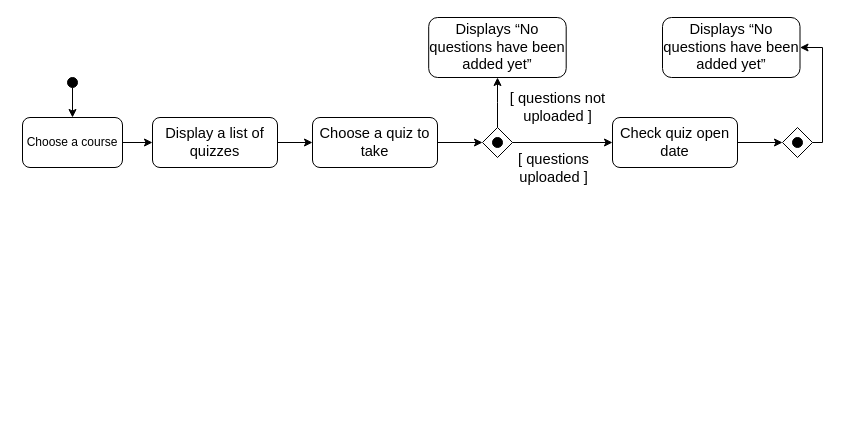
HuyVuong08/Software-Engineering keeps this draw.io diagram as Activity Diagram.drawio. Above is the earlier version. Source tidied: cells renumbered, new cells numbered last; positions are measured from the earlier drawing's top-left corner, leaving out a move shared by most shapes. Both pictures are drawn from the tidied source at 100%, with x=0, y=0 at pixel (22, 17).
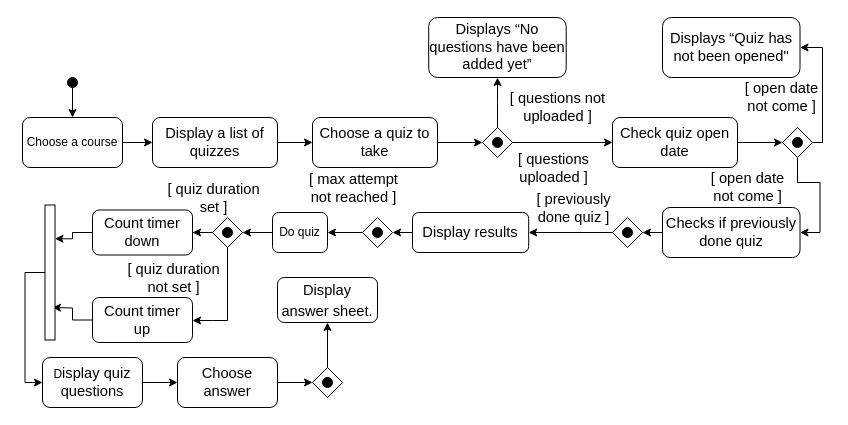
The same page after the edit.

The change refers to these unchanged cells:
```xml
<mxCell id="16" style="edgeStyle=orthogonalEdgeStyle;rounded=0;jettySize=auto;html=1;" parent="1" edge="1" source="12" target="15">
  <mxGeometry relative="1" as="geometry" />
</mxCell>
<mxCell id="21" style="rhombus;whiteSpace=wrap;html=1;fillColor=#FFFFFF;" parent="20" vertex="1">
  <mxGeometry width="30" height="30" as="geometry" />
</mxCell>
```

What changed in the source:
```diff
@@
+    <mxCell id="27" value="&lt;div&gt;&lt;span style=&quot;font-size: 11pt ; font-family: &amp;#34;arial&amp;#34; ; color: rgb(0 , 0 , 0) ; background-color: transparent ; font-weight: 400 ; font-style: normal ; font-variant: normal ; text-decoration: none ; vertical-align: baseline&quot; id=&quot;docs-internal-guid-7c33a0d0-7fff-b234-5660-c0ef3cbe4906&quot;&gt;[ previously &lt;br&gt;&lt;/span&gt;&lt;/div&gt;&lt;div&gt;&lt;span style=&quot;font-size: 11pt ; font-family: &amp;#34;arial&amp;#34; ; color: rgb(0 , 0 , 0) ; background-color: transparent ; font-weight: 400 ; font-style: normal ; font-variant: normal ; text-decoration: none ; vertical-align: baseline&quot; id=&quot;docs-internal-guid-7c33a0d0-7fff-b234-5660-c0ef3cbe4906&quot;&gt;&lt;/span&gt;&lt;span style=&quot;font-size: 11pt ; font-family: &amp;#34;arial&amp;#34; ; color: rgb(0 , 0 , 0) ; background-color: transparent ; font-weight: 400 ; font-style: normal ; font-variant: normal ; text-decoration: none ; vertical-align: baseline&quot; id=&quot;docs-internal-guid-2d954c88-7fff-5672-d39d-e16bd0bce384&quot;&gt;done  quiz&lt;/span&gt;&lt;span style=&quot;font-size: 11pt ; font-family: &amp;#34;arial&amp;#34; ; color: rgb(0 , 0 , 0) ; background-color: transparent ; font-weight: 400 ; font-style: normal ; font-variant: normal ; text-decoration: none ; vertical-align: baseline&quot; id=&quot;docs-internal-guid-7c33a0d0-7fff-b234-5660-c0ef3cbe4906&quot;&gt; ]&lt;/span&gt;&lt;/div&gt;" style="edgeLabel;html=1;align=center;verticalAlign=middle;" parent="16" vertex="1">
+      <mxGeometry x="-0.3" y="-2" relative="1" as="geometry">
+        <mxPoint x="25" y="63" as="offset" />
+      </mxGeometry>
+    </mxCell>
+    <mxCell id="28" value="&lt;div&gt;&lt;span style=&quot;font-size: 11pt ; font-family: &amp;#34;arial&amp;#34; ; color: rgb(0 , 0 , 0) ; background-color: transparent ; font-weight: 400 ; font-style: normal ; font-variant: normal ; text-decoration: none ; vertical-align: baseline&quot; id=&quot;docs-internal-guid-7c33a0d0-7fff-b234-5660-c0ef3cbe4906&quot;&gt;[ &lt;/span&gt;&lt;span style=&quot;font-size: 11pt ; font-family: &amp;#34;arial&amp;#34; ; color: rgb(0 , 0 , 0) ; background-color: transparent ; font-weight: 400 ; font-style: normal ; font-variant: normal ; text-decoration: none ; vertical-align: baseline&quot; id=&quot;docs-internal-guid-54b99eb1-7fff-6bb4-ce51-234c194e9e12&quot;&gt;max attempt &lt;br&gt;&lt;/span&gt;&lt;/div&gt;&lt;div&gt;&lt;span style=&quot;font-size: 11pt ; font-family: &amp;#34;arial&amp;#34; ; color: rgb(0 , 0 , 0) ; background-color: transparent ; font-weight: 400 ; font-style: normal ; font-variant: normal ; text-decoration: none ; vertical-align: baseline&quot; id=&quot;docs-internal-guid-54b99eb1-7fff-6bb4-ce51-234c194e9e12&quot;&gt;not reached &lt;/span&gt;&lt;span style=&quot;font-size: 11pt ; font-family: &amp;#34;arial&amp;#34; ; color: rgb(0 , 0 , 0) ; background-color: transparent ; font-weight: 400 ; font-style: normal ; font-variant: normal ; text-decoration: none ; vertical-align: baseline&quot; id=&quot;docs-internal-guid-7c33a0d0-7fff-b234-5660-c0ef3cbe4906&quot;&gt;]&lt;/span&gt;&lt;/div&gt;" style="edgeLabel;html=1;align=center;verticalAlign=middle;" parent="16" vertex="1">
+      <mxGeometry x="-0.3" y="-2" relative="1" as="geometry">
+        <mxPoint x="-195" y="43" as="offset" />
+      </mxGeometry>
+    </mxCell>
+    <mxCell id="29" value="&lt;div&gt;&lt;span style=&quot;font-size: 11pt ; font-family: &amp;#34;arial&amp;#34; ; color: rgb(0 , 0 , 0) ; background-color: transparent ; font-weight: 400 ; font-style: normal ; font-variant: normal ; text-decoration: none ; vertical-align: baseline&quot; id=&quot;docs-internal-guid-7c33a0d0-7fff-b234-5660-c0ef3cbe4906&quot;&gt;[ quiz &lt;/span&gt;&lt;span style=&quot;font-size: 11pt ; font-family: &amp;#34;arial&amp;#34; ; color: rgb(0 , 0 , 0) ; background-color: transparent ; font-weight: 400 ; font-style: normal ; font-variant: normal ; text-decoration: none ; vertical-align: baseline&quot; id=&quot;docs-internal-guid-78c24208-7fff-800c-d850-6933cc3fbe24&quot;&gt;duration &lt;br&gt;&lt;/span&gt;&lt;/div&gt;&lt;div&gt;&lt;span style=&quot;font-size: 11pt ; font-family: &amp;#34;arial&amp;#34; ; color: rgb(0 , 0 , 0) ; background-color: transparent ; font-weight: 400 ; font-style: normal ; font-variant: normal ; text-decoration: none ; vertical-align: baseline&quot; id=&quot;docs-internal-guid-78c24208-7fff-800c-d850-6933cc3fbe24&quot;&gt;set&lt;/span&gt;&lt;span style=&quot;font-size: 11pt ; font-family: &amp;#34;arial&amp;#34; ; color: rgb(0 , 0 , 0) ; background-color: transparent ; font-weight: 400 ; font-style: normal ; font-variant: normal ; text-decoration: none ; vertical-align: baseline&quot; id=&quot;docs-internal-guid-54b99eb1-7fff-6bb4-ce51-234c194e9e12&quot;&gt;&lt;/span&gt;&lt;span style=&quot;font-size: 11pt ; font-family: &amp;#34;arial&amp;#34; ; color: rgb(0 , 0 , 0) ; background-color: transparent ; font-weight: 400 ; font-style: normal ; font-variant: normal ; text-decoration: none ; vertical-align: baseline&quot; id=&quot;docs-internal-guid-7c33a0d0-7fff-b234-5660-c0ef3cbe4906&quot;&gt; ]&lt;/span&gt;&lt;/div&gt;" style="edgeLabel;html=1;align=center;verticalAlign=middle;" parent="16" vertex="1">
+      <mxGeometry x="-0.3" y="-2" relative="1" as="geometry">
+        <mxPoint x="-335" y="53" as="offset" />
+      </mxGeometry>
+    </mxCell>
+    <mxCell id="30" value="&lt;div&gt;&lt;span style=&quot;font-size: 11pt ; font-family: &amp;#34;arial&amp;#34; ; color: rgb(0 , 0 , 0) ; background-color: transparent ; font-weight: 400 ; font-style: normal ; font-variant: normal ; text-decoration: none ; vertical-align: baseline&quot; id=&quot;docs-internal-guid-7c33a0d0-7fff-b234-5660-c0ef3cbe4906&quot;&gt;[ quiz &lt;/span&gt;&lt;span style=&quot;font-size: 11pt ; font-family: &amp;#34;arial&amp;#34; ; color: rgb(0 , 0 , 0) ; background-color: transparent ; font-weight: 400 ; font-style: normal ; font-variant: normal ; text-decoration: none ; vertical-align: baseline&quot; id=&quot;docs-internal-guid-78c24208-7fff-800c-d850-6933cc3fbe24&quot;&gt;duration&lt;/span&gt;&lt;/div&gt;&lt;div&gt;&lt;span style=&quot;font-size: 11pt ; font-family: &amp;#34;arial&amp;#34; ; color: rgb(0 , 0 , 0) ; background-color: transparent ; font-weight: 400 ; font-style: normal ; font-variant: normal ; text-decoration: none ; vertical-align: baseline&quot; id=&quot;docs-internal-guid-78c24208-7fff-800c-d850-6933cc3fbe24&quot;&gt;not&lt;/span&gt;&lt;span style=&quot;font-size: 11pt ; font-family: &amp;#34;arial&amp;#34; ; color: rgb(0 , 0 , 0) ; background-color: transparent ; font-weight: 400 ; font-style: normal ; font-variant: normal ; text-decoration: none ; vertical-align: baseline&quot; id=&quot;docs-internal-guid-78c24208-7fff-800c-d850-6933cc3fbe24&quot;&gt; set&lt;/span&gt;&lt;span style=&quot;font-size: 11pt ; font-family: &amp;#34;arial&amp;#34; ; color: rgb(0 , 0 , 0) ; background-color: transparent ; font-weight: 400 ; font-style: normal ; font-variant: normal ; text-decoration: none ; vertical-align: baseline&quot; id=&quot;docs-internal-guid-54b99eb1-7fff-6bb4-ce51-234c194e9e12&quot;&gt;&lt;/span&gt;&lt;span style=&quot;font-size: 11pt ; font-family: &amp;#34;arial&amp;#34; ; color: rgb(0 , 0 , 0) ; background-color: transparent ; font-weight: 400 ; font-style: normal ; font-variant: normal ; text-decoration: none ; vertical-align: baseline&quot; id=&quot;docs-internal-guid-7c33a0d0-7fff-b234-5660-c0ef3cbe4906&quot;&gt; ]&lt;/span&gt;&lt;/div&gt;" style="edgeLabel;html=1;align=center;verticalAlign=middle;" parent="16" vertex="1">
+      <mxGeometry x="-0.3" y="-2" relative="1" as="geometry">
+        <mxPoint x="-375" y="133" as="offset" />
+      </mxGeometry>
+    </mxCell>
@@
-    <mxCell id="25" value="&lt;span style=&quot;font-size: 11pt ; font-family: &amp;#34;arial&amp;#34; ; color: rgb(0 , 0 , 0) ; background-color: transparent ; font-weight: 400 ; font-style: normal ; font-variant: normal ; text-decoration: none ; vertical-align: baseline&quot; id=&quot;docs-internal-guid-cef091fc-7fff-853b-4662-05197f052c5b&quot;&gt;Displays “No questions have been added yet”&lt;/span&gt;" style="rounded=1;whiteSpace=wrap;html=1;fillColor=#FFFFFF;" parent="1" vertex="1">
+    <mxCell id="25" value="&lt;span style=&quot;font-size: 11pt ; font-family: &amp;#34;arial&amp;#34; ; color: rgb(0 , 0 , 0) ; background-color: transparent ; font-weight: 400 ; font-style: normal ; font-variant: normal ; text-decoration: none ; vertical-align: baseline&quot; id=&quot;docs-internal-guid-ab3f03fe-7fff-198d-31d8-8587cc29056a&quot;&gt;Displays “Quiz has not been opened&quot;&lt;/span&gt;" style="rounded=1;whiteSpace=wrap;html=1;fillColor=#FFFFFF;" parent="1" vertex="1">
       <mxGeometry x="640" width="137.5" height="60" as="geometry" />
     </mxCell>
@@
+    <mxCell id="31" value="&lt;div&gt;&lt;span style=&quot;font-size: 11pt ; font-family: &amp;#34;arial&amp;#34; ; color: rgb(0 , 0 , 0) ; background-color: transparent ; font-weight: 400 ; font-style: normal ; font-variant: normal ; text-decoration: none ; vertical-align: baseline&quot;&gt;[ open date&lt;/span&gt;&lt;/div&gt;&lt;div&gt;&lt;span style=&quot;font-size: 11pt ; font-family: &amp;#34;arial&amp;#34; ; color: rgb(0 , 0 , 0) ; background-color: transparent ; font-weight: 400 ; font-style: normal ; font-variant: normal ; text-decoration: none ; vertical-align: baseline&quot;&gt; not come ]&lt;/span&gt;&lt;/div&gt;" style="text;html=1;align=center;verticalAlign=middle;strokeColor=none;" parent="1" vertex="1">
+      <mxGeometry x="713.8" y="60" width="90" height="40" as="geometry" />
+    </mxCell>
+    <mxCell id="32" style="edgeStyle=orthogonalEdgeStyle;rounded=0;jettySize=auto;html=1;exitX=0;exitY=0.5;exitDx=0;exitDy=0;entryX=1;entryY=0.5;entryDx=0;entryDy=0;" parent="1" edge="1" source="33" target="40">
+      <mxGeometry relative="1" as="geometry" />
+    </mxCell>
+    <mxCell id="33" value="&lt;span style=&quot;font-size: 11pt ; font-family: &amp;#34;arial&amp;#34; ; color: rgb(0 , 0 , 0) ; background-color: transparent ; font-weight: 400 ; font-style: normal ; font-variant: normal ; text-decoration: none ; vertical-align: baseline&quot; id=&quot;docs-internal-guid-1f1591d9-7fff-b90b-67a4-1ff4a32bd8f2&quot;&gt;Checks if previously done quiz&lt;/span&gt;" style="rounded=1;whiteSpace=wrap;html=1;fillColor=#FFFFFF;" parent="1" vertex="1">
+      <mxGeometry x="640" y="190" width="137.5" height="50" as="geometry" />
+    </mxCell>
+    <mxCell id="34" style="edgeStyle=orthogonalEdgeStyle;rounded=0;jettySize=auto;html=1;entryX=1;entryY=0.5;entryDx=0;entryDy=0;" parent="1" edge="1" source="21" target="33">
+      <mxGeometry relative="1" as="geometry" />
+    </mxCell>
+    <mxCell id="35" value="&lt;div&gt;&lt;span style=&quot;font-size: 11pt ; font-family: &amp;#34;arial&amp;#34; ; color: rgb(0 , 0 , 0) ; background-color: transparent ; font-weight: 400 ; font-style: normal ; font-variant: normal ; text-decoration: none ; vertical-align: baseline&quot;&gt;[ open date&lt;/span&gt;&lt;/div&gt;&lt;div&gt;&lt;span style=&quot;font-size: 11pt ; font-family: &amp;#34;arial&amp;#34; ; color: rgb(0 , 0 , 0) ; background-color: transparent ; font-weight: 400 ; font-style: normal ; font-variant: normal ; text-decoration: none ; vertical-align: baseline&quot;&gt; not come ]&lt;/span&gt;&lt;/div&gt;" style="text;html=1;align=center;verticalAlign=middle;strokeColor=none;" parent="1" vertex="1">
+      <mxGeometry x="680" y="150" width="90" height="40" as="geometry" />
+    </mxCell>
+    <mxCell id="36" style="edgeStyle=orthogonalEdgeStyle;rounded=0;jettySize=auto;html=1;exitX=0;exitY=0.5;exitDx=0;exitDy=0;entryX=1;entryY=0.5;entryDx=0;entryDy=0;" parent="1" edge="1" source="37" target="46">
+      <mxGeometry relative="1" as="geometry" />
+    </mxCell>
+    <mxCell id="37" value="&lt;span style=&quot;font-size: 11pt ; font-family: &amp;#34;arial&amp;#34; ; color: rgb(0 , 0 , 0) ; background-color: transparent ; font-weight: 400 ; font-style: normal ; font-variant: normal ; text-decoration: none ; vertical-align: baseline&quot; id=&quot;docs-internal-guid-35f5ddcc-7fff-9b2d-dc40-7fd0d26209b6&quot;&gt;Display results&lt;/span&gt;" style="rounded=1;whiteSpace=wrap;html=1;fillColor=#FFFFFF;" parent="1" vertex="1">
+      <mxGeometry x="390" y="195" width="116.2" height="40" as="geometry" />
+    </mxCell>
+    <mxCell id="38" style="group;" parent="1" vertex="1">
+      <mxGeometry x="590" y="200" width="30" height="30" as="geometry" />
+    </mxCell>
+    <mxCell id="39" style="group;" parent="38" vertex="1">
+      <mxGeometry width="30" height="30" as="geometry" />
+    </mxCell>
+    <mxCell id="40" style="rhombus;whiteSpace=wrap;html=1;fillColor=#FFFFFF;" parent="39" vertex="1">
+      <mxGeometry width="30" height="30" as="geometry" />
+    </mxCell>
+    <mxCell id="41" style="ellipse;whiteSpace=wrap;html=1;fillColor=#000000;" parent="39" vertex="1">
+      <mxGeometry x="10" y="10" width="10" height="10" as="geometry" />
+    </mxCell>
+    <mxCell id="42" style="edgeStyle=orthogonalEdgeStyle;rounded=0;jettySize=auto;html=1;" parent="1" edge="1" source="40" target="37">
+      <mxGeometry relative="1" as="geometry" />
+    </mxCell>
+    <mxCell id="43" value="Do  quiz" style="rounded=1;whiteSpace=wrap;html=1;fillColor=#FFFFFF;" parent="1" vertex="1">
+      <mxGeometry x="250" y="195" width="55" height="40" as="geometry" />
+    </mxCell>
+    <mxCell id="44" style="group;" parent="1" vertex="1">
+      <mxGeometry x="340" y="200" width="30" height="30" as="geometry" />
+    </mxCell>
+    <mxCell id="45" style="group;" parent="44" vertex="1">
+      <mxGeometry width="30" height="30" as="geometry" />
+    </mxCell>
+    <mxCell id="46" style="rhombus;whiteSpace=wrap;html=1;fillColor=#FFFFFF;" parent="45" vertex="1">
+      <mxGeometry width="30" height="30" as="geometry" />
+    </mxCell>
+    <mxCell id="47" style="ellipse;whiteSpace=wrap;html=1;fillColor=#000000;" parent="45" vertex="1">
+      <mxGeometry x="10" y="10" width="10" height="10" as="geometry" />
+    </mxCell>
+    <mxCell id="48" style="edgeStyle=orthogonalEdgeStyle;rounded=0;jettySize=auto;html=1;" parent="1" edge="1" source="46" target="43">
+      <mxGeometry relative="1" as="geometry" />
+    </mxCell>
+    <mxCell id="49" style="edgeStyle=orthogonalEdgeStyle;rounded=0;jettySize=auto;html=1;entryX=1;entryY=0.5;entryDx=0;entryDy=0;exitX=0;exitY=0.5;exitDx=0;exitDy=0;" parent="1" edge="1" source="43" target="52">
+      <mxGeometry relative="1" as="geometry" />
+    </mxCell>
+    <mxCell id="50" style="group;" parent="1" vertex="1">
+      <mxGeometry x="190" y="200" width="30" height="30" as="geometry" />
+    </mxCell>
+    <mxCell id="51" style="group;" parent="50" vertex="1">
+      <mxGeometry width="30" height="30" as="geometry" />
+    </mxCell>
+    <mxCell id="52" style="rhombus;whiteSpace=wrap;html=1;fillColor=#FFFFFF;" parent="51" vertex="1">
+      <mxGeometry width="30" height="30" as="geometry" />
+    </mxCell>
+    <mxCell id="53" style="ellipse;whiteSpace=wrap;html=1;fillColor=#000000;" parent="51" vertex="1">
+      <mxGeometry x="10" y="10" width="10" height="10" as="geometry" />
+    </mxCell>
+    <mxCell id="54" style="edgeStyle=orthogonalEdgeStyle;rounded=0;jettySize=auto;html=1;entryX=0.75;entryY=1;entryDx=0;entryDy=0;" parent="1" edge="1" source="55" target="63">
+      <mxGeometry relative="1" as="geometry" />
+    </mxCell>
+    <mxCell id="55" value="&lt;span style=&quot;font-size: 11pt ; font-family: &amp;#34;arial&amp;#34; ; color: rgb(0 , 0 , 0) ; background-color: transparent ; font-weight: 400 ; font-style: normal ; font-variant: normal ; text-decoration: none ; vertical-align: baseline&quot; id=&quot;docs-internal-guid-29b3e8fd-7fff-ec42-60b3-b9c445f9d79d&quot;&gt;Count timer down&lt;/span&gt;" style="rounded=1;whiteSpace=wrap;html=1;fillColor=#FFFFFF;" parent="1" vertex="1">
+      <mxGeometry x="70" y="192.5" width="100" height="45" as="geometry" />
+    </mxCell>
+    <mxCell id="56" style="edgeStyle=orthogonalEdgeStyle;rounded=0;jettySize=auto;html=1;" parent="1" edge="1" source="52" target="55">
+      <mxGeometry relative="1" as="geometry" />
+    </mxCell>
+    <mxCell id="57" style="edgeStyle=orthogonalEdgeStyle;rounded=0;jettySize=auto;html=1;" parent="1" edge="1" source="58">
+      <mxGeometry relative="1" as="geometry">
+        <mxPoint x="30" y="290" as="targetPoint" />
+      </mxGeometry>
+    </mxCell>
+    <mxCell id="58" value="&lt;div&gt;&lt;span style=&quot;font-size: 11pt ; font-family: &amp;#34;arial&amp;#34; ; color: rgb(0 , 0 , 0) ; background-color: transparent ; font-weight: 400 ; font-style: normal ; font-variant: normal ; text-decoration: none ; vertical-align: baseline&quot; id=&quot;docs-internal-guid-29b3e8fd-7fff-ec42-60b3-b9c445f9d79d&quot;&gt;Count timer &lt;br&gt;&lt;/span&gt;&lt;/div&gt;&lt;div&gt;&lt;span style=&quot;font-size: 11pt ; font-family: &amp;#34;arial&amp;#34; ; color: rgb(0 , 0 , 0) ; background-color: transparent ; font-weight: 400 ; font-style: normal ; font-variant: normal ; text-decoration: none ; vertical-align: baseline&quot; id=&quot;docs-internal-guid-29b3e8fd-7fff-ec42-60b3-b9c445f9d79d&quot;&gt;up&lt;/span&gt;&lt;/div&gt;" style="rounded=1;whiteSpace=wrap;html=1;fillColor=#FFFFFF;" parent="1" vertex="1">
+      <mxGeometry x="70" y="280" width="100" height="45" as="geometry" />
+    </mxCell>
+    <mxCell id="59" style="edgeStyle=orthogonalEdgeStyle;rounded=0;jettySize=auto;html=1;" parent="1" edge="1" source="52" target="58">
+      <mxGeometry relative="1" as="geometry">
+        <Array as="points">
+          <mxPoint x="205" y="303" />
+          <mxPoint x="190" y="303" />
+        </Array>
+      </mxGeometry>
+    </mxCell>
+    <mxCell id="60" style="edgeStyle=orthogonalEdgeStyle;rounded=0;jettySize=auto;html=1;" parent="1" edge="1" source="61" target="65">
+      <mxGeometry relative="1" as="geometry" />
+    </mxCell>
+    <mxCell id="61" value="D&lt;span style=&quot;font-size: 11pt ; font-family: &amp;#34;arial&amp;#34; ; color: rgb(0 , 0 , 0) ; background-color: transparent ; font-weight: 400 ; font-style: normal ; font-variant: normal ; text-decoration: none ; vertical-align: baseline&quot; id=&quot;docs-internal-guid-01c487bf-7fff-c4a9-d6eb-bbfb4ede4df8&quot;&gt;isplay quiz questions&lt;/span&gt;" style="rounded=1;whiteSpace=wrap;html=1;fillColor=#FFFFFF;" parent="1" vertex="1">
+      <mxGeometry x="20" y="340" width="100" height="50" as="geometry" />
+    </mxCell>
+    <mxCell id="62" style="edgeStyle=orthogonalEdgeStyle;rounded=0;jettySize=auto;html=1;exitX=0.5;exitY=0;exitDx=0;exitDy=0;entryX=0;entryY=0.5;entryDx=0;entryDy=0;" parent="1" edge="1" source="63" target="61">
+      <mxGeometry relative="1" as="geometry" />
+    </mxCell>
+    <mxCell id="63" style="rounded=0;whiteSpace=wrap;html=1;rotation=-90;" parent="1" vertex="1">
+      <mxGeometry x="-40" y="250" width="135" height="10" as="geometry" />
+    </mxCell>
+    <mxCell id="64" style="edgeStyle=orthogonalEdgeStyle;rounded=0;jettySize=auto;html=1;entryX=0;entryY=0.5;entryDx=0;entryDy=0;" parent="1" edge="1" source="65" target="69">
+      <mxGeometry relative="1" as="geometry" />
+    </mxCell>
+    <mxCell id="65" value="&lt;span style=&quot;font-size: 11pt ; font-family: &amp;#34;arial&amp;#34; ; color: rgb(0 , 0 , 0) ; background-color: transparent ; font-weight: 400 ; font-style: normal ; font-variant: normal ; text-decoration: none ; vertical-align: baseline&quot; id=&quot;docs-internal-guid-4bcfa4be-7fff-c79c-a2d7-36e345839ab0&quot;&gt;Choose answer&lt;/span&gt;" style="rounded=1;whiteSpace=wrap;html=1;fillColor=#FFFFFF;" parent="1" vertex="1">
+      <mxGeometry x="155" y="340" width="100" height="50" as="geometry" />
+    </mxCell>
+    <mxCell id="66" value="&lt;p dir=&quot;ltr&quot; style=&quot;line-height: 1.38 ; margin-top: 0pt ; margin-bottom: 0pt&quot; id=&quot;docs-internal-guid-7ea3b794-7fff-0b93-720c-399a96a18e8a&quot;&gt;&lt;span style=&quot;font-size: 11pt ; font-family: &amp;#34;arial&amp;#34; ; color: rgb(0 , 0 , 0) ; background-color: transparent ; font-weight: 400 ; font-style: normal ; font-variant: normal ; text-decoration: none ; vertical-align: baseline&quot;&gt;Display answer sheet.&lt;/span&gt;&lt;/p&gt;" style="rounded=1;whiteSpace=wrap;html=1;fillColor=#FFFFFF;" parent="1" vertex="1">
+      <mxGeometry x="255" y="260" width="100" height="45" as="geometry" />
+    </mxCell>
+    <mxCell id="67" style="group;" parent="1" vertex="1">
+      <mxGeometry x="290" y="350" width="30" height="30" as="geometry" />
+    </mxCell>
+    <mxCell id="68" style="group;" parent="67" vertex="1">
+      <mxGeometry width="30" height="30" as="geometry" />
+    </mxCell>
+    <mxCell id="69" style="rhombus;whiteSpace=wrap;html=1;fillColor=#FFFFFF;" parent="68" vertex="1">
+      <mxGeometry width="30" height="30" as="geometry" />
+    </mxCell>
+    <mxCell id="70" style="ellipse;whiteSpace=wrap;html=1;fillColor=#000000;" parent="68" vertex="1">
+      <mxGeometry x="10" y="10" width="10" height="10" as="geometry" />
+    </mxCell>
+    <mxCell id="71" style="edgeStyle=orthogonalEdgeStyle;rounded=0;jettySize=auto;html=1;" parent="1" edge="1" source="69" target="66">
+      <mxGeometry relative="1" as="geometry" />
+    </mxCell>
```
